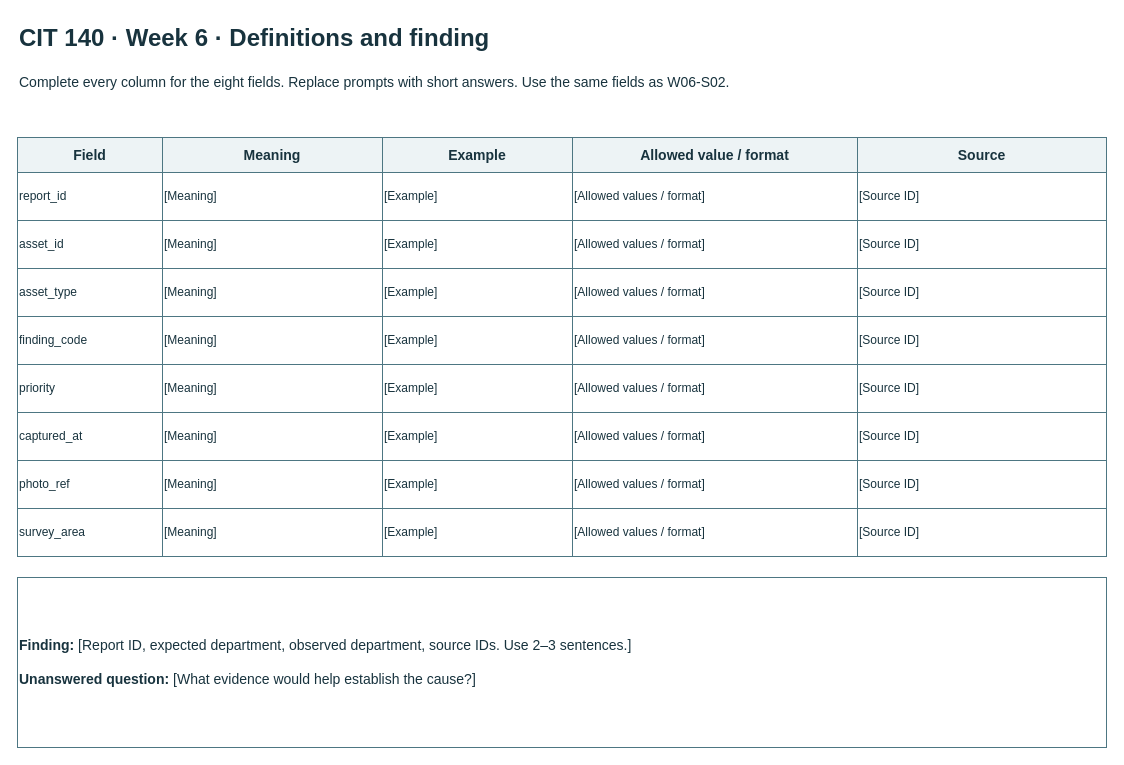
The draw.io diagram page "3 Definitions and finding" (3 of 3) of Week06/Artifact/Esparza_Hernan_CIT140_Week06.drawio in Nnaahhnn/CIT140-Portfolio, before the edit. Source tidied: cells renumbered, new cells numbered last; positions are measured from the earlier drawing's top-left corner, leaving out a move shared by most shapes. Both pictures are drawn from the tidied source at 100%, with x=0, y=0 at pixel (17, 17).
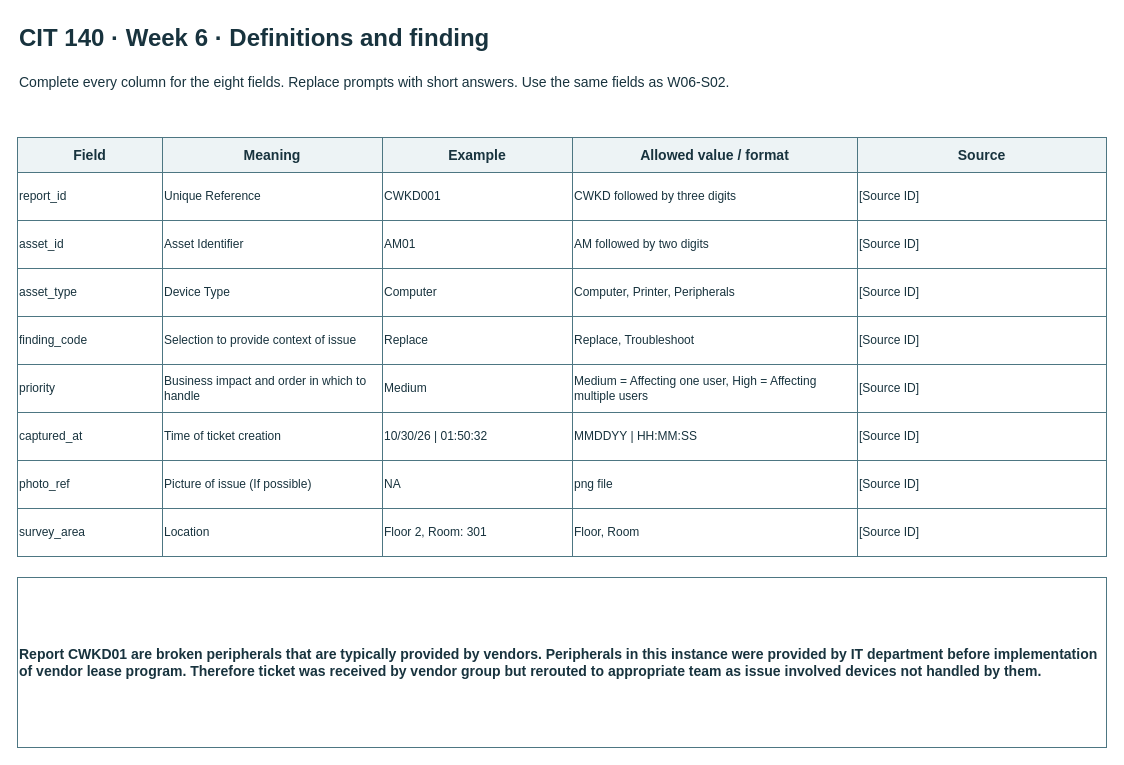
After the change.

Diff of the diagram source:
```diff
@@
-    <mxCell id="10" value="[Meaning]" style="whiteSpace=wrap;html=1;fontFamily=Arial;fontSize=14;fontColor=#18333e;strokeColor=#4d7682;fillColor=#ffffff;align=left;fontSize=12;" parent="1" vertex="1">
+    <mxCell id="10" value="Unique Reference" style="whiteSpace=wrap;html=1;fontFamily=Arial;fontSize=14;fontColor=#18333e;strokeColor=#4d7682;fillColor=#ffffff;align=left;fontSize=12;" parent="1" vertex="1">
       <mxGeometry x="145" y="155" width="220" height="48" as="geometry" />
     </mxCell>
-    <mxCell id="11" value="[Example]" style="whiteSpace=wrap;html=1;fontFamily=Arial;fontSize=14;fontColor=#18333e;strokeColor=#4d7682;fillColor=#ffffff;align=left;fontSize=12;" parent="1" vertex="1">
+    <mxCell id="11" value="CWKD001" style="whiteSpace=wrap;html=1;fontFamily=Arial;fontSize=14;fontColor=#18333e;strokeColor=#4d7682;fillColor=#ffffff;align=left;fontSize=12;" parent="1" vertex="1">
       <mxGeometry x="365" y="155" width="190" height="48" as="geometry" />
     </mxCell>
-    <mxCell id="12" value="[Allowed values / format]" style="whiteSpace=wrap;html=1;fontFamily=Arial;fontSize=14;fontColor=#18333e;strokeColor=#4d7682;fillColor=#ffffff;align=left;fontSize=12;" parent="1" vertex="1">
+    <mxCell id="12" value="CWKD followed by three digits" style="whiteSpace=wrap;html=1;fontFamily=Arial;fontSize=14;fontColor=#18333e;strokeColor=#4d7682;fillColor=#ffffff;align=left;fontSize=12;" parent="1" vertex="1">
       <mxGeometry x="555" y="155" width="285" height="48" as="geometry" />
     </mxCell>
@@
-    <mxCell id="15" value="[Meaning]" style="whiteSpace=wrap;html=1;fontFamily=Arial;fontSize=14;fontColor=#18333e;strokeColor=#4d7682;fillColor=#ffffff;align=left;fontSize=12;" parent="1" vertex="1">
+    <mxCell id="15" value="Asset Identifier" style="whiteSpace=wrap;html=1;fontFamily=Arial;fontSize=14;fontColor=#18333e;strokeColor=#4d7682;fillColor=#ffffff;align=left;fontSize=12;" parent="1" vertex="1">
       <mxGeometry x="145" y="203" width="220" height="48" as="geometry" />
     </mxCell>
-    <mxCell id="16" value="[Example]" style="whiteSpace=wrap;html=1;fontFamily=Arial;fontSize=14;fontColor=#18333e;strokeColor=#4d7682;fillColor=#ffffff;align=left;fontSize=12;" parent="1" vertex="1">
+    <mxCell id="16" value="AM01" style="whiteSpace=wrap;html=1;fontFamily=Arial;fontSize=14;fontColor=#18333e;strokeColor=#4d7682;fillColor=#ffffff;align=left;fontSize=12;" parent="1" vertex="1">
       <mxGeometry x="365" y="203" width="190" height="48" as="geometry" />
     </mxCell>
-    <mxCell id="17" value="[Allowed values / format]" style="whiteSpace=wrap;html=1;fontFamily=Arial;fontSize=14;fontColor=#18333e;strokeColor=#4d7682;fillColor=#ffffff;align=left;fontSize=12;" parent="1" vertex="1">
+    <mxCell id="17" value="AM followed by two digits" style="whiteSpace=wrap;html=1;fontFamily=Arial;fontSize=14;fontColor=#18333e;strokeColor=#4d7682;fillColor=#ffffff;align=left;fontSize=12;" parent="1" vertex="1">
       <mxGeometry x="555" y="203" width="285" height="48" as="geometry" />
     </mxCell>
@@
-    <mxCell id="20" value="[Meaning]" style="whiteSpace=wrap;html=1;fontFamily=Arial;fontSize=14;fontColor=#18333e;strokeColor=#4d7682;fillColor=#ffffff;align=left;fontSize=12;" parent="1" vertex="1">
+    <mxCell id="20" value="Device Type&amp;nbsp;" style="whiteSpace=wrap;html=1;fontFamily=Arial;fontSize=14;fontColor=#18333e;strokeColor=#4d7682;fillColor=#ffffff;align=left;fontSize=12;" parent="1" vertex="1">
       <mxGeometry x="145" y="251" width="220" height="48" as="geometry" />
     </mxCell>
-    <mxCell id="21" value="[Example]" style="whiteSpace=wrap;html=1;fontFamily=Arial;fontSize=14;fontColor=#18333e;strokeColor=#4d7682;fillColor=#ffffff;align=left;fontSize=12;" parent="1" vertex="1">
+    <mxCell id="21" value="Computer" style="whiteSpace=wrap;html=1;fontFamily=Arial;fontSize=14;fontColor=#18333e;strokeColor=#4d7682;fillColor=#ffffff;align=left;fontSize=12;" parent="1" vertex="1">
       <mxGeometry x="365" y="251" width="190" height="48" as="geometry" />
     </mxCell>
-    <mxCell id="22" value="[Allowed values / format]" style="whiteSpace=wrap;html=1;fontFamily=Arial;fontSize=14;fontColor=#18333e;strokeColor=#4d7682;fillColor=#ffffff;align=left;fontSize=12;" parent="1" vertex="1">
+    <mxCell id="22" value="Computer, Printer, Peripherals" style="whiteSpace=wrap;html=1;fontFamily=Arial;fontSize=14;fontColor=#18333e;strokeColor=#4d7682;fillColor=#ffffff;align=left;fontSize=12;" parent="1" vertex="1">
       <mxGeometry x="555" y="251" width="285" height="48" as="geometry" />
     </mxCell>
@@
-    <mxCell id="25" value="[Meaning]" style="whiteSpace=wrap;html=1;fontFamily=Arial;fontSize=14;fontColor=#18333e;strokeColor=#4d7682;fillColor=#ffffff;align=left;fontSize=12;" parent="1" vertex="1">
+    <mxCell id="25" value="Selection to provide context of issue" style="whiteSpace=wrap;html=1;fontFamily=Arial;fontSize=14;fontColor=#18333e;strokeColor=#4d7682;fillColor=#ffffff;align=left;fontSize=12;" parent="1" vertex="1">
       <mxGeometry x="145" y="299" width="220" height="48" as="geometry" />
     </mxCell>
-    <mxCell id="26" value="[Example]" style="whiteSpace=wrap;html=1;fontFamily=Arial;fontSize=14;fontColor=#18333e;strokeColor=#4d7682;fillColor=#ffffff;align=left;fontSize=12;" parent="1" vertex="1">
+    <mxCell id="26" value="Replace" style="whiteSpace=wrap;html=1;fontFamily=Arial;fontSize=14;fontColor=#18333e;strokeColor=#4d7682;fillColor=#ffffff;align=left;fontSize=12;" parent="1" vertex="1">
       <mxGeometry x="365" y="299" width="190" height="48" as="geometry" />
     </mxCell>
-    <mxCell id="27" value="[Allowed values / format]" style="whiteSpace=wrap;html=1;fontFamily=Arial;fontSize=14;fontColor=#18333e;strokeColor=#4d7682;fillColor=#ffffff;align=left;fontSize=12;" parent="1" vertex="1">
+    <mxCell id="27" value="Replace, Troubleshoot" style="whiteSpace=wrap;html=1;fontFamily=Arial;fontSize=14;fontColor=#18333e;strokeColor=#4d7682;fillColor=#ffffff;align=left;fontSize=12;" parent="1" vertex="1">
       <mxGeometry x="555" y="299" width="285" height="48" as="geometry" />
     </mxCell>
@@
-    <mxCell id="30" value="[Meaning]" style="whiteSpace=wrap;html=1;fontFamily=Arial;fontSize=14;fontColor=#18333e;strokeColor=#4d7682;fillColor=#ffffff;align=left;fontSize=12;" parent="1" vertex="1">
+    <mxCell id="30" value="Business impact and order in which to handle" style="whiteSpace=wrap;html=1;fontFamily=Arial;fontSize=14;fontColor=#18333e;strokeColor=#4d7682;fillColor=#ffffff;align=left;fontSize=12;" parent="1" vertex="1">
       <mxGeometry x="145" y="347" width="220" height="48" as="geometry" />
     </mxCell>
-    <mxCell id="31" value="[Example]" style="whiteSpace=wrap;html=1;fontFamily=Arial;fontSize=14;fontColor=#18333e;strokeColor=#4d7682;fillColor=#ffffff;align=left;fontSize=12;" parent="1" vertex="1">
+    <mxCell id="31" value="Medium" style="whiteSpace=wrap;html=1;fontFamily=Arial;fontSize=14;fontColor=#18333e;strokeColor=#4d7682;fillColor=#ffffff;align=left;fontSize=12;" parent="1" vertex="1">
       <mxGeometry x="365" y="347" width="190" height="48" as="geometry" />
     </mxCell>
-    <mxCell id="32" value="[Allowed values / format]" style="whiteSpace=wrap;html=1;fontFamily=Arial;fontSize=14;fontColor=#18333e;strokeColor=#4d7682;fillColor=#ffffff;align=left;fontSize=12;" parent="1" vertex="1">
+    <mxCell id="32" value="Medium = Affecting one user, High = Affecting multiple users" style="whiteSpace=wrap;html=1;fontFamily=Arial;fontSize=14;fontColor=#18333e;strokeColor=#4d7682;fillColor=#ffffff;align=left;fontSize=12;" parent="1" vertex="1">
       <mxGeometry x="555" y="347" width="285" height="48" as="geometry" />
     </mxCell>
@@
-    <mxCell id="35" value="[Meaning]" style="whiteSpace=wrap;html=1;fontFamily=Arial;fontSize=14;fontColor=#18333e;strokeColor=#4d7682;fillColor=#ffffff;align=left;fontSize=12;" parent="1" vertex="1">
+    <mxCell id="35" value="Time of ticket creation" style="whiteSpace=wrap;html=1;fontFamily=Arial;fontSize=14;fontColor=#18333e;strokeColor=#4d7682;fillColor=#ffffff;align=left;fontSize=12;" parent="1" vertex="1">
       <mxGeometry x="145" y="395" width="220" height="48" as="geometry" />
     </mxCell>
-    <mxCell id="36" value="[Example]" style="whiteSpace=wrap;html=1;fontFamily=Arial;fontSize=14;fontColor=#18333e;strokeColor=#4d7682;fillColor=#ffffff;align=left;fontSize=12;" parent="1" vertex="1">
+    <mxCell id="36" value="10/30/26 | 01:50:32" style="whiteSpace=wrap;html=1;fontFamily=Arial;fontSize=14;fontColor=#18333e;strokeColor=#4d7682;fillColor=#ffffff;align=left;fontSize=12;" parent="1" vertex="1">
       <mxGeometry x="365" y="395" width="190" height="48" as="geometry" />
     </mxCell>
-    <mxCell id="37" value="[Allowed values / format]" style="whiteSpace=wrap;html=1;fontFamily=Arial;fontSize=14;fontColor=#18333e;strokeColor=#4d7682;fillColor=#ffffff;align=left;fontSize=12;" parent="1" vertex="1">
+    <mxCell id="37" value="MMDDYY | HH:MM:SS" style="whiteSpace=wrap;html=1;fontFamily=Arial;fontSize=14;fontColor=#18333e;strokeColor=#4d7682;fillColor=#ffffff;align=left;fontSize=12;" parent="1" vertex="1">
       <mxGeometry x="555" y="395" width="285" height="48" as="geometry" />
     </mxCell>
@@
-    <mxCell id="40" value="[Meaning]" style="whiteSpace=wrap;html=1;fontFamily=Arial;fontSize=14;fontColor=#18333e;strokeColor=#4d7682;fillColor=#ffffff;align=left;fontSize=12;" parent="1" vertex="1">
+    <mxCell id="40" value="Picture of issue (If possible)" style="whiteSpace=wrap;html=1;fontFamily=Arial;fontSize=14;fontColor=#18333e;strokeColor=#4d7682;fillColor=#ffffff;align=left;fontSize=12;" parent="1" vertex="1">
       <mxGeometry x="145" y="443" width="220" height="48" as="geometry" />
     </mxCell>
-    <mxCell id="41" value="[Example]" style="whiteSpace=wrap;html=1;fontFamily=Arial;fontSize=14;fontColor=#18333e;strokeColor=#4d7682;fillColor=#ffffff;align=left;fontSize=12;" parent="1" vertex="1">
+    <mxCell id="41" value="NA" style="whiteSpace=wrap;html=1;fontFamily=Arial;fontSize=14;fontColor=#18333e;strokeColor=#4d7682;fillColor=#ffffff;align=left;fontSize=12;" parent="1" vertex="1">
       <mxGeometry x="365" y="443" width="190" height="48" as="geometry" />
     </mxCell>
-    <mxCell id="42" value="[Allowed values / format]" style="whiteSpace=wrap;html=1;fontFamily=Arial;fontSize=14;fontColor=#18333e;strokeColor=#4d7682;fillColor=#ffffff;align=left;fontSize=12;" parent="1" vertex="1">
+    <mxCell id="42" value="png file" style="whiteSpace=wrap;html=1;fontFamily=Arial;fontSize=14;fontColor=#18333e;strokeColor=#4d7682;fillColor=#ffffff;align=left;fontSize=12;" parent="1" vertex="1">
       <mxGeometry x="555" y="443" width="285" height="48" as="geometry" />
     </mxCell>
@@
-    <mxCell id="45" value="[Meaning]" style="whiteSpace=wrap;html=1;fontFamily=Arial;fontSize=14;fontColor=#18333e;strokeColor=#4d7682;fillColor=#ffffff;align=left;fontSize=12;" parent="1" vertex="1">
+    <mxCell id="45" value="Location" style="whiteSpace=wrap;html=1;fontFamily=Arial;fontSize=14;fontColor=#18333e;strokeColor=#4d7682;fillColor=#ffffff;align=left;fontSize=12;" parent="1" vertex="1">
       <mxGeometry x="145" y="491" width="220" height="48" as="geometry" />
     </mxCell>
-    <mxCell id="46" value="[Example]" style="whiteSpace=wrap;html=1;fontFamily=Arial;fontSize=14;fontColor=#18333e;strokeColor=#4d7682;fillColor=#ffffff;align=left;fontSize=12;" parent="1" vertex="1">
+    <mxCell id="46" value="Floor 2, Room: 301" style="whiteSpace=wrap;html=1;fontFamily=Arial;fontSize=14;fontColor=#18333e;strokeColor=#4d7682;fillColor=#ffffff;align=left;fontSize=12;" parent="1" vertex="1">
       <mxGeometry x="365" y="491" width="190" height="48" as="geometry" />
     </mxCell>
-    <mxCell id="47" value="[Allowed values / format]" style="whiteSpace=wrap;html=1;fontFamily=Arial;fontSize=14;fontColor=#18333e;strokeColor=#4d7682;fillColor=#ffffff;align=left;fontSize=12;" parent="1" vertex="1">
+    <mxCell id="47" value="Floor, Room" style="whiteSpace=wrap;html=1;fontFamily=Arial;fontSize=14;fontColor=#18333e;strokeColor=#4d7682;fillColor=#ffffff;align=left;fontSize=12;" parent="1" vertex="1">
       <mxGeometry x="555" y="491" width="285" height="48" as="geometry" />
     </mxCell>
@@
-    <mxCell id="49" value="&lt;b&gt;Finding:&lt;/b&gt; [Report ID, expected department, observed department, source IDs. Use 2–3 sentences.]&lt;br&gt;&lt;br&gt;&lt;b&gt;Unanswered question:&lt;/b&gt; [What evidence would help establish the cause?]" style="whiteSpace=wrap;html=1;fontFamily=Arial;fontSize=14;fontColor=#18333e;strokeColor=#4d7682;fillColor=#ffffff;align=left;" parent="1" vertex="1">
+    <mxCell id="49" value="&lt;b&gt;Report CWKD01 are broken peripherals that are typically provided by vendors. Peripherals in this instance were provided by IT department before implementation of vendor lease program. Therefore ticket was received by vendor group but rerouted to appropriate team as issue involved devices not handled by them.&lt;/b&gt;" style="whiteSpace=wrap;html=1;fontFamily=Arial;fontSize=14;fontColor=#18333e;strokeColor=#4d7682;fillColor=#ffffff;align=left;" parent="1" vertex="1">
       <mxGeometry y="560" width="1089" height="170" as="geometry" />
     </mxCell>
```
